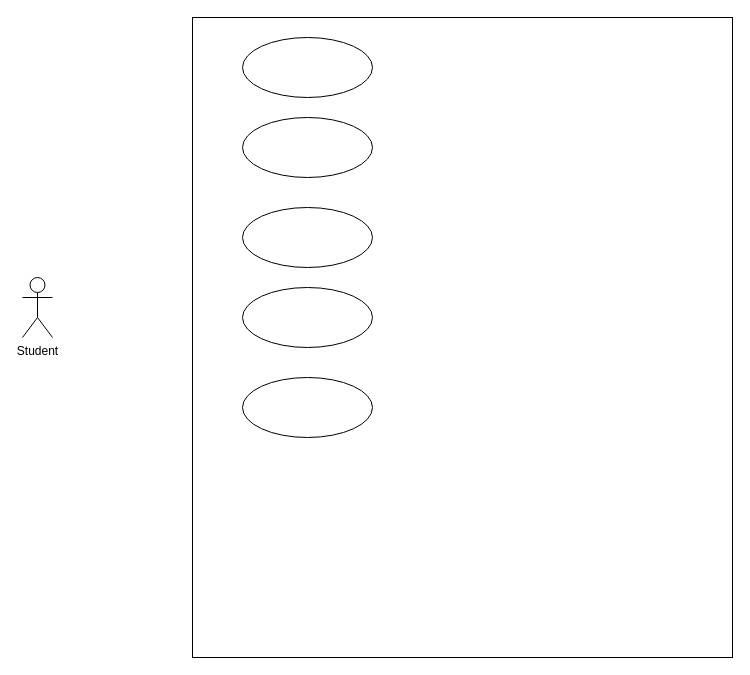
This is student.drawio from WWeWenBininn/WWeWenBininn, a draw.io file, before an edit. Source tidied: cells renumbered, new cells numbered last; positions are measured from the earlier drawing's top-left corner, leaving out a move shared by most shapes. Both pictures are drawn from the tidied source at 100%, with x=0, y=0 at pixel (22, 17).
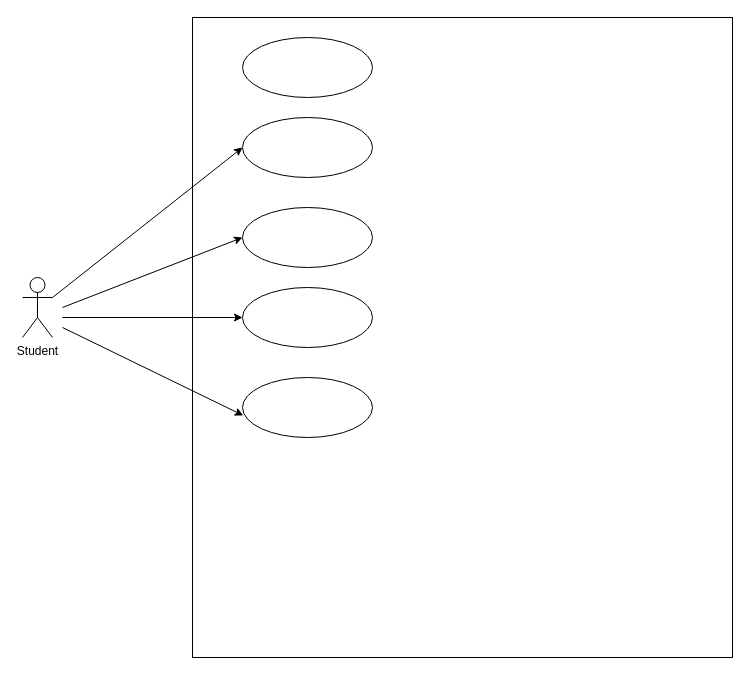
The same diagram, later.

The edit, as a diff of the source:
```diff
@@
 <mxGraphModel>
   <root>
     <mxCell id="0" />
     <mxCell id="1" parent="0" />
     <mxCell id="2" style="rounded=0;whiteSpace=wrap;html=1;" parent="1" vertex="1">
       <mxGeometry x="170" width="540" height="640" as="geometry" />
     </mxCell>
+    <mxCell id="9" style="rounded=0;jettySize=auto;html=1;exitX=1;exitY=0.3333333333333333;exitDx=0;exitDy=0;exitPerimeter=0;entryX=0;entryY=0.5;entryDx=0;entryDy=0;" parent="1" edge="1" source="3" target="5">
+      <mxGeometry relative="1" as="geometry" />
+    </mxCell>
     <mxCell id="3" value="&lt;div&gt;Student&lt;/div&gt;&lt;div&gt;&lt;br&gt;&lt;/div&gt;" style="shape=umlActor;verticalLabelPosition=bottom;verticalAlign=top;html=1;outlineConnect=0;" parent="1" vertex="1">
       <mxGeometry y="260" width="30" height="60" as="geometry" />
     </mxCell>
     <mxCell id="4" style="ellipse;whiteSpace=wrap;html=1;" parent="1" vertex="1">
       <mxGeometry x="220" y="20" width="130" height="60" as="geometry" />
     </mxCell>
     <mxCell id="5" style="ellipse;whiteSpace=wrap;html=1;" parent="1" vertex="1">
       <mxGeometry x="220" y="100" width="130" height="60" as="geometry" />
     </mxCell>
     <mxCell id="6" style="ellipse;whiteSpace=wrap;html=1;" parent="1" vertex="1">
       <mxGeometry x="220" y="190" width="130" height="60" as="geometry" />
     </mxCell>
     <mxCell id="7" style="ellipse;whiteSpace=wrap;html=1;" parent="1" vertex="1">
       <mxGeometry x="220" y="270" width="130" height="60" as="geometry" />
     </mxCell>
     <mxCell id="8" style="ellipse;whiteSpace=wrap;html=1;" parent="1" vertex="1">
       <mxGeometry x="220" y="360" width="130" height="60" as="geometry" />
     </mxCell>
+    <mxCell id="10" style="rounded=0;jettySize=auto;html=1;exitX=1;exitY=0.3333333333333333;exitDx=0;exitDy=0;exitPerimeter=0;entryX=0;entryY=0.5;entryDx=0;entryDy=0;" parent="1" edge="1" target="6">
+      <mxGeometry relative="1" as="geometry">
+        <mxPoint x="40" y="290" as="sourcePoint" />
+      </mxGeometry>
+    </mxCell>
+    <mxCell id="11" style="rounded=0;jettySize=auto;html=1;entryX=0;entryY=0.5;entryDx=0;entryDy=0;" parent="1" edge="1" target="7">
+      <mxGeometry relative="1" as="geometry">
+        <mxPoint x="40" y="300" as="sourcePoint" />
+      </mxGeometry>
+    </mxCell>
+    <mxCell id="12" style="rounded=0;jettySize=auto;html=1;entryX=0.006;entryY=0.633;entryDx=0;entryDy=0;entryPerimeter=0;" parent="1" edge="1" target="8">
+      <mxGeometry relative="1" as="geometry">
+        <mxPoint x="40" y="310" as="sourcePoint" />
+      </mxGeometry>
+    </mxCell>
   </root>
 </mxGraphModel>
```
